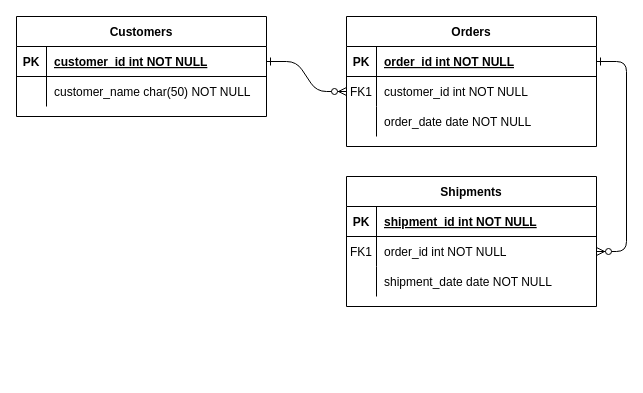
This is Twitter.drawio from anibahs/MakeMyCareer, a draw.io file, before an edit. Source tidied: cells renumbered, new cells numbered last; positions are measured from the earlier drawing's top-left corner, leaving out a move shared by most shapes. Both pictures are drawn from the tidied source at 100%, with x=0, y=0 at pixel (16, 16).
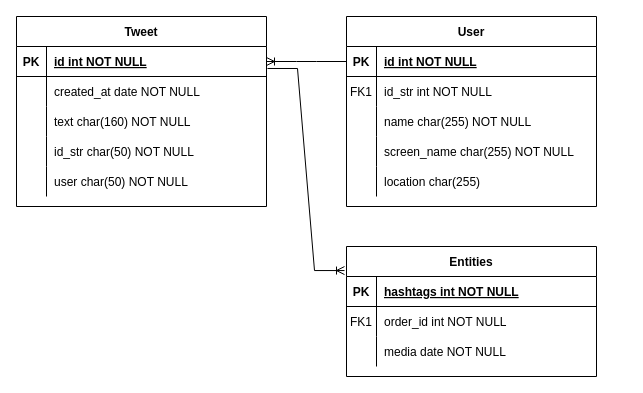
The same diagram, later.

The change refers to these unchanged cells:
```xml
<mxCell id="5" style="shape=partialRectangle;fillColor=none;points=[[0,0.5],[1,0.5]];portConstraint=eastwest;top=0;left=0;right=0;bottom=1;" parent="4" vertex="1">
  <mxGeometry y="30" width="250" height="30" as="geometry" />
</mxCell>
<mxCell id="8" style="shape=partialRectangle;fillColor=none;points=[[0,0.5],[1,0.5]];portConstraint=eastwest;top=0;left=0;right=0;bottom=0;" parent="4" vertex="1">
  <mxGeometry y="60" width="250" height="30" as="geometry" />
</mxCell>
<mxCell id="11" style="shape=partialRectangle;fillColor=none;top=0;left=0;right=0;bottom=0;" parent="4" vertex="1">
  <mxGeometry y="90" width="250" height="30" as="geometry" />
</mxCell>
<mxCell id="15" style="shape=partialRectangle;fillColor=none;top=0;left=0;right=0;bottom=1;" parent="14" vertex="1">
  <mxGeometry y="30" width="250" height="30" as="geometry" />
</mxCell>
<mxCell id="18" style="shape=partialRectangle;fillColor=none;points=[[0,0.5],[1,0.5]];portConstraint=eastwest;top=0;left=0;right=0;bottom=0;" parent="14" vertex="1">
  <mxGeometry y="60" width="250" height="30" as="geometry" />
</mxCell>
<mxCell id="21" style="shape=partialRectangle;fillColor=none;top=0;left=0;right=0;bottom=0;" parent="14" vertex="1">
  <mxGeometry y="90" width="250" height="30" as="geometry" />
</mxCell>
<mxCell id="25" style="shape=partialRectangle;fillColor=none;points=[[0,0.5],[1,0.5]];portConstraint=eastwest;top=0;left=0;right=0;bottom=1;" parent="24" vertex="1">
  <mxGeometry y="30" width="250" height="30" as="geometry" />
</mxCell>
<mxCell id="28" style="shape=partialRectangle;fillColor=none;top=0;left=0;right=0;bottom=0;" parent="24" vertex="1">
  <mxGeometry y="60" width="250" height="30" as="geometry" />
</mxCell>
```

The edit, as a diff of the source:
```diff
@@
-    <mxCell id="2" style="edgeStyle=entityRelationEdgeStyle;endArrow=ERzeroToMany;startArrow=ERone;endFill=1;startFill=0;" parent="1" edge="1" source="25" target="8">
-      <mxGeometry relative="1" as="geometry" />
-    </mxCell>
-    <mxCell id="3" style="edgeStyle=entityRelationEdgeStyle;endArrow=ERzeroToMany;startArrow=ERone;endFill=1;startFill=0;" parent="1" edge="1" source="5" target="18">
-      <mxGeometry relative="1" as="geometry" />
-    </mxCell>
-    <mxCell id="4" value="Orders" style="shape=table;startSize=30;childLayout=tableLayout;rowLines=0;fontStyle=1;align=center;" parent="1" vertex="1">
-      <mxGeometry x="330" width="250" height="130" as="geometry" />
+    <mxCell id="4" value="User" style="shape=table;startSize=30;childLayout=tableLayout;rowLines=0;fontStyle=1;align=center;" parent="1" vertex="1">
+      <mxGeometry x="330" width="250" height="190" as="geometry" />
     </mxCell>
@@
-    <mxCell id="7" value="order_id int NOT NULL " style="shape=partialRectangle;overflow=hidden;fillColor=none;top=0;left=0;bottom=0;right=0;align=left;spacingLeft=6;fontStyle=5;" parent="5" vertex="1">
+    <mxCell id="7" value="id int NOT NULL " style="shape=partialRectangle;overflow=hidden;fillColor=none;top=0;left=0;bottom=0;right=0;align=left;spacingLeft=6;fontStyle=5;" parent="5" vertex="1">
       <mxGeometry x="30" width="220" height="30" as="geometry" />
     </mxCell>
@@
-    <mxCell id="10" value="customer_id int NOT NULL" style="shape=partialRectangle;overflow=hidden;fillColor=none;top=0;left=0;bottom=0;right=0;align=left;spacingLeft=6;" parent="8" vertex="1">
+    <mxCell id="10" value="id_str int NOT NULL" style="shape=partialRectangle;overflow=hidden;fillColor=none;top=0;left=0;bottom=0;right=0;align=left;spacingLeft=6;" parent="8" vertex="1">
       <mxGeometry x="30" width="220" height="30" as="geometry" />
     </mxCell>
@@
-    <mxCell id="13" value="order_date date NOT NULL" style="shape=partialRectangle;overflow=hidden;fillColor=none;top=0;left=0;bottom=0;right=0;align=left;spacingLeft=6;" parent="11" vertex="1">
+    <mxCell id="13" value="name char(255) NOT NULL" style="shape=partialRectangle;overflow=hidden;fillColor=none;top=0;left=0;bottom=0;right=0;align=left;spacingLeft=6;" parent="11" vertex="1">
       <mxGeometry x="30" width="220" height="30" as="geometry" />
     </mxCell>
+    <mxCell id="31" style="shape=partialRectangle;fillColor=none;top=0;left=0;right=0;bottom=0;" parent="4" vertex="1">
+      <mxGeometry y="120" width="250" height="30" as="geometry" />
+    </mxCell>
+    <mxCell id="32" style="shape=partialRectangle;overflow=hidden;fillColor=none;top=0;left=0;bottom=0;right=0;" parent="31" vertex="1">
+      <mxGeometry width="30" height="30" as="geometry" />
+    </mxCell>
+    <mxCell id="33" value="screen_name char(255) NOT NULL" style="shape=partialRectangle;overflow=hidden;fillColor=none;top=0;left=0;bottom=0;right=0;align=left;spacingLeft=6;" parent="31" vertex="1">
+      <mxGeometry x="30" width="220" height="30" as="geometry" />
+    </mxCell>
+    <mxCell id="34" style="shape=partialRectangle;fillColor=none;top=0;left=0;right=0;bottom=0;" parent="4" vertex="1">
+      <mxGeometry y="150" width="250" height="30" as="geometry" />
+    </mxCell>
+    <mxCell id="35" style="shape=partialRectangle;overflow=hidden;fillColor=none;top=0;left=0;bottom=0;right=0;" parent="34" vertex="1">
+      <mxGeometry width="30" height="30" as="geometry" />
+    </mxCell>
+    <mxCell id="36" value="location char(255) " style="shape=partialRectangle;overflow=hidden;fillColor=none;top=0;left=0;bottom=0;right=0;align=left;spacingLeft=6;" parent="34" vertex="1">
+      <mxGeometry x="30" width="220" height="30" as="geometry" />
+    </mxCell>
-    <mxCell id="14" value="Shipments" style="shape=table;startSize=30;childLayout=tableLayout;rowLines=0;fontStyle=1;align=center;" parent="1" vertex="1">
-      <mxGeometry x="330" y="160" width="250" height="130" as="geometry" />
+    <mxCell id="14" value="Entities" style="shape=table;startSize=30;childLayout=tableLayout;rowLines=0;fontStyle=1;align=center;" parent="1" vertex="1">
+      <mxGeometry x="330" y="230" width="250" height="130" as="geometry" />
     </mxCell>
@@
-    <mxCell id="17" value="shipment_id int NOT NULL " style="shape=partialRectangle;overflow=hidden;fillColor=none;top=0;left=0;bottom=0;right=0;align=left;spacingLeft=6;fontStyle=5;" parent="15" vertex="1">
+    <mxCell id="17" value="hashtags int NOT NULL " style="shape=partialRectangle;overflow=hidden;fillColor=none;top=0;left=0;bottom=0;right=0;align=left;spacingLeft=6;fontStyle=5;" parent="15" vertex="1">
       <mxGeometry x="30" width="220" height="30" as="geometry" />
     </mxCell>
@@
-    <mxCell id="23" value="shipment_date date NOT NULL" style="shape=partialRectangle;overflow=hidden;fillColor=none;top=0;left=0;bottom=0;right=0;align=left;spacingLeft=6;" parent="21" vertex="1">
+    <mxCell id="23" value="media date NOT NULL" style="shape=partialRectangle;overflow=hidden;fillColor=none;top=0;left=0;bottom=0;right=0;align=left;spacingLeft=6;" parent="21" vertex="1">
       <mxGeometry x="30" width="220" height="30" as="geometry" />
     </mxCell>
-    <mxCell id="24" value="Customers" style="shape=table;startSize=30;childLayout=tableLayout;rowLines=0;fontStyle=1;align=center;" parent="1" vertex="1">
-      <mxGeometry width="250" height="100" as="geometry" />
+    <mxCell id="24" value="Tweet" style="shape=table;startSize=30;childLayout=tableLayout;rowLines=0;fontStyle=1;align=center;" parent="1" vertex="1">
+      <mxGeometry width="250" height="190" as="geometry" />
     </mxCell>
@@
-    <mxCell id="27" value="customer_id int NOT NULL " style="shape=partialRectangle;overflow=hidden;fillColor=none;top=0;left=0;bottom=0;right=0;align=left;spacingLeft=6;fontStyle=5;" parent="25" vertex="1">
+    <mxCell id="27" value="id int NOT NULL " style="shape=partialRectangle;overflow=hidden;fillColor=none;top=0;left=0;bottom=0;right=0;align=left;spacingLeft=6;fontStyle=5;" parent="25" vertex="1">
       <mxGeometry x="30" width="220" height="30" as="geometry" />
     </mxCell>
@@
-    <mxCell id="30" value="customer_name char(50) NOT NULL" style="shape=partialRectangle;overflow=hidden;fillColor=none;top=0;left=0;bottom=0;right=0;align=left;spacingLeft=6;" parent="28" vertex="1">
+    <mxCell id="30" value="created_at date NOT NULL" style="shape=partialRectangle;overflow=hidden;fillColor=none;top=0;left=0;bottom=0;right=0;align=left;spacingLeft=6;" parent="28" vertex="1">
       <mxGeometry x="30" width="220" height="30" as="geometry" />
     </mxCell>
+    <mxCell id="37" style="shape=partialRectangle;fillColor=none;top=0;left=0;right=0;bottom=0;" parent="24" vertex="1">
+      <mxGeometry y="90" width="250" height="30" as="geometry" />
+    </mxCell>
+    <mxCell id="38" style="shape=partialRectangle;overflow=hidden;fillColor=none;top=0;left=0;bottom=0;right=0;" parent="37" vertex="1">
+      <mxGeometry width="30" height="30" as="geometry" />
+    </mxCell>
+    <mxCell id="39" value="text char(160) NOT NULL" style="shape=partialRectangle;overflow=hidden;fillColor=none;top=0;left=0;bottom=0;right=0;align=left;spacingLeft=6;" parent="37" vertex="1">
+      <mxGeometry x="30" width="220" height="30" as="geometry" />
+    </mxCell>
+    <mxCell id="40" style="shape=partialRectangle;fillColor=none;top=0;left=0;right=0;bottom=0;" parent="24" vertex="1">
+      <mxGeometry y="120" width="250" height="30" as="geometry" />
+    </mxCell>
+    <mxCell id="41" style="shape=partialRectangle;overflow=hidden;fillColor=none;top=0;left=0;bottom=0;right=0;" parent="40" vertex="1">
+      <mxGeometry width="30" height="30" as="geometry" />
+    </mxCell>
+    <mxCell id="42" value="id_str char(50) NOT NULL" style="shape=partialRectangle;overflow=hidden;fillColor=none;top=0;left=0;bottom=0;right=0;align=left;spacingLeft=6;" parent="40" vertex="1">
+      <mxGeometry x="30" width="220" height="30" as="geometry" />
+    </mxCell>
+    <mxCell id="43" style="shape=partialRectangle;fillColor=none;top=0;left=0;right=0;bottom=0;" parent="24" vertex="1">
+      <mxGeometry y="150" width="250" height="30" as="geometry" />
+    </mxCell>
+    <mxCell id="44" style="shape=partialRectangle;overflow=hidden;fillColor=none;top=0;left=0;bottom=0;right=0;" parent="43" vertex="1">
+      <mxGeometry width="30" height="30" as="geometry" />
+    </mxCell>
+    <mxCell id="45" value="user char(50) NOT NULL" style="shape=partialRectangle;overflow=hidden;fillColor=none;top=0;left=0;bottom=0;right=0;align=left;spacingLeft=6;" parent="43" vertex="1">
+      <mxGeometry x="30" width="220" height="30" as="geometry" />
+    </mxCell>
+    <mxCell id="46" style="edgeStyle=entityRelationEdgeStyle;fontSize=12;html=1;endArrow=ERoneToMany;rounded=0;exitX=1.004;exitY=0.733;exitDx=0;exitDy=0;exitPerimeter=0;entryX=-0.008;entryY=0.185;entryDx=0;entryDy=0;entryPerimeter=0;" parent="1" edge="1" source="25" target="14">
+      <mxGeometry relative="1" as="geometry" />
+    </mxCell>
+    <mxCell id="47" style="edgeStyle=entityRelationEdgeStyle;fontSize=12;html=1;endArrow=ERoneToMany;rounded=0;exitX=0;exitY=0.5;exitDx=0;exitDy=0;entryX=1;entryY=0.5;entryDx=0;entryDy=0;" parent="1" edge="1" source="5" target="25">
+      <mxGeometry relative="1" as="geometry" />
+    </mxCell>
```
